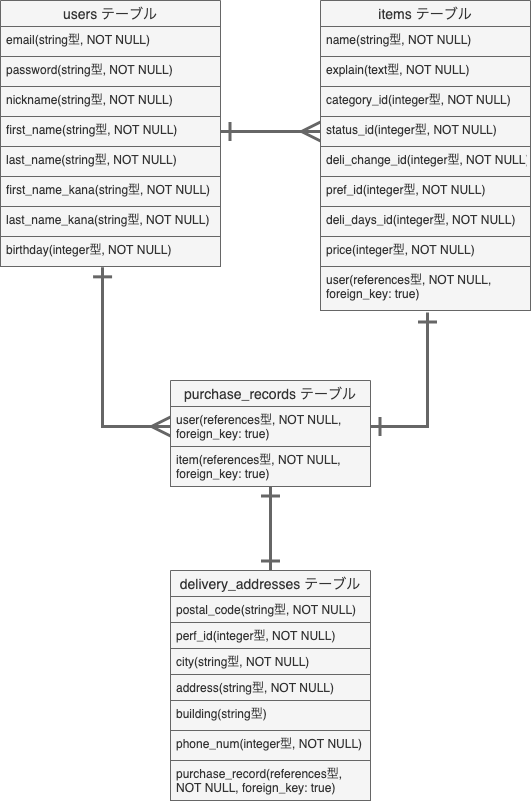
xiangma0531/furima-35533 keeps this draw.io diagram as furima_ER.png. Above is the earlier version. Source tidied: cells renumbered, new cells last; positions are measured from the earlier drawing's top-left corner, leaving out a move shared by most shapes.
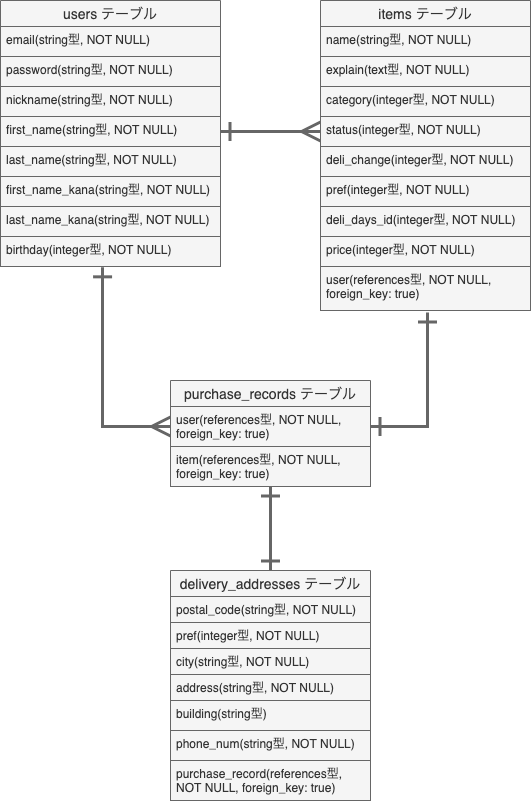
The same diagram one commit later.

Change to the diagram source:
```diff
@@ -38,16 +38,16 @@
     <mxCell id="13" value="explain(text型, NOT NULL)" style="text;strokeColor=#666666;fillColor=#f5f5f5;spacingLeft=4;spacingRight=4;overflow=hidden;fontSize=12;fontColor=#333333;" parent="11" vertex="1">
       <mxGeometry y="56" width="210" height="30" as="geometry" />
     </mxCell>
-    <mxCell id="14" value="category_id(integer型, NOT NULL)" style="text;strokeColor=#666666;fillColor=#f5f5f5;spacingLeft=4;spacingRight=4;overflow=hidden;fontSize=12;fontColor=#333333;" parent="11" vertex="1">
+    <mxCell id="14" value="category(integer型, NOT NULL)" style="text;strokeColor=#666666;fillColor=#f5f5f5;spacingLeft=4;spacingRight=4;overflow=hidden;fontSize=12;fontColor=#333333;" parent="11" vertex="1">
       <mxGeometry y="86" width="210" height="30" as="geometry" />
     </mxCell>
-    <mxCell id="15" value="status_id(integer型, NOT NULL)" style="text;strokeColor=#666666;fillColor=#f5f5f5;spacingLeft=4;spacingRight=4;overflow=hidden;points=[[0,0.5],[1,0.5]];portConstraint=eastwest;fontSize=12;fontColor=#333333;" parent="11" vertex="1">
+    <mxCell id="15" value="status(integer型, NOT NULL)" style="text;strokeColor=#666666;fillColor=#f5f5f5;spacingLeft=4;spacingRight=4;overflow=hidden;points=[[0,0.5],[1,0.5]];portConstraint=eastwest;fontSize=12;fontColor=#333333;" parent="11" vertex="1">
       <mxGeometry y="116" width="210" height="30" as="geometry" />
     </mxCell>
-    <mxCell id="16" value="deli_change_id(integer型, NOT NULL)" style="text;strokeColor=#666666;fillColor=#f5f5f5;spacingLeft=4;spacingRight=4;overflow=hidden;fontSize=12;fontColor=#333333;" parent="11" vertex="1">
+    <mxCell id="16" value="deli_change(integer型, NOT NULL)" style="text;strokeColor=#666666;fillColor=#f5f5f5;spacingLeft=4;spacingRight=4;overflow=hidden;fontSize=12;fontColor=#333333;" parent="11" vertex="1">
       <mxGeometry y="146" width="210" height="30" as="geometry" />
     </mxCell>
-    <mxCell id="17" value="pref_id(integer型, NOT NULL)" style="text;strokeColor=#666666;fillColor=#f5f5f5;spacingLeft=4;spacingRight=4;overflow=hidden;fontSize=12;fontColor=#333333;" parent="11" vertex="1">
+    <mxCell id="17" value="pref(integer型, NOT NULL)" style="text;strokeColor=#666666;fillColor=#f5f5f5;spacingLeft=4;spacingRight=4;overflow=hidden;fontSize=12;fontColor=#333333;" parent="11" vertex="1">
       <mxGeometry y="176" width="210" height="30" as="geometry" />
     </mxCell>
     <mxCell id="18" value="deli_days_id(integer型, NOT NULL)" style="text;spacingLeft=4;spacingRight=4;overflow=hidden;fontSize=12;fillColor=#f5f5f5;strokeColor=#666666;fontColor=#333333;" parent="11" vertex="1">
@@ -85,7 +85,7 @@
     <mxCell id="28" value="postal_code(string型, NOT NULL)" style="text;strokeColor=#666666;fillColor=#f5f5f5;spacingLeft=4;spacingRight=4;overflow=hidden;fontSize=12;fontColor=#333333;" parent="27" vertex="1">
       <mxGeometry y="26" width="200" height="26" as="geometry" />
     </mxCell>
-    <mxCell id="29" value="perf_id(integer型, NOT NULL)" style="text;strokeColor=#666666;fillColor=#f5f5f5;spacingLeft=4;spacingRight=4;overflow=hidden;fontSize=12;fontColor=#333333;" parent="27" vertex="1">
+    <mxCell id="29" value="pref(integer型, NOT NULL)" style="text;strokeColor=#666666;fillColor=#f5f5f5;spacingLeft=4;spacingRight=4;overflow=hidden;fontSize=12;fontColor=#333333;" parent="27" vertex="1">
       <mxGeometry y="52" width="200" height="26" as="geometry" />
     </mxCell>
     <mxCell id="30" value="city(string型, NOT NULL)" style="text;strokeColor=#666666;fillColor=#f5f5f5;spacingLeft=4;spacingRight=4;overflow=hidden;fontSize=12;fontColor=#333333;" parent="27" vertex="1">
@@ -97,7 +97,7 @@
     <mxCell id="32" value="building(string型)" style="text;strokeColor=#666666;fillColor=#f5f5f5;spacingLeft=4;spacingRight=4;overflow=hidden;fontSize=12;fontColor=#333333;" parent="27" vertex="1">
       <mxGeometry y="130" width="200" height="30" as="geometry" />
     </mxCell>
-    <mxCell id="33" value="phone_num(integer型, NOT NULL)" style="text;strokeColor=#666666;fillColor=#f5f5f5;spacingLeft=4;spacingRight=4;overflow=hidden;fontSize=12;fontColor=#333333;" parent="27" vertex="1">
+    <mxCell id="33" value="phone_num(string型, NOT NULL)" style="text;strokeColor=#666666;fillColor=#f5f5f5;spacingLeft=4;spacingRight=4;overflow=hidden;fontSize=12;fontColor=#333333;" parent="27" vertex="1">
       <mxGeometry y="160" width="200" height="30" as="geometry" />
     </mxCell>
     <mxCell id="34" value="purchase_record(references型, &#10;NOT NULL, foreign_key: true)" style="text;strokeColor=#666666;fillColor=#f5f5f5;spacingLeft=4;spacingRight=4;overflow=hidden;fontSize=12;fontColor=#333333;" parent="27" vertex="1">
```
